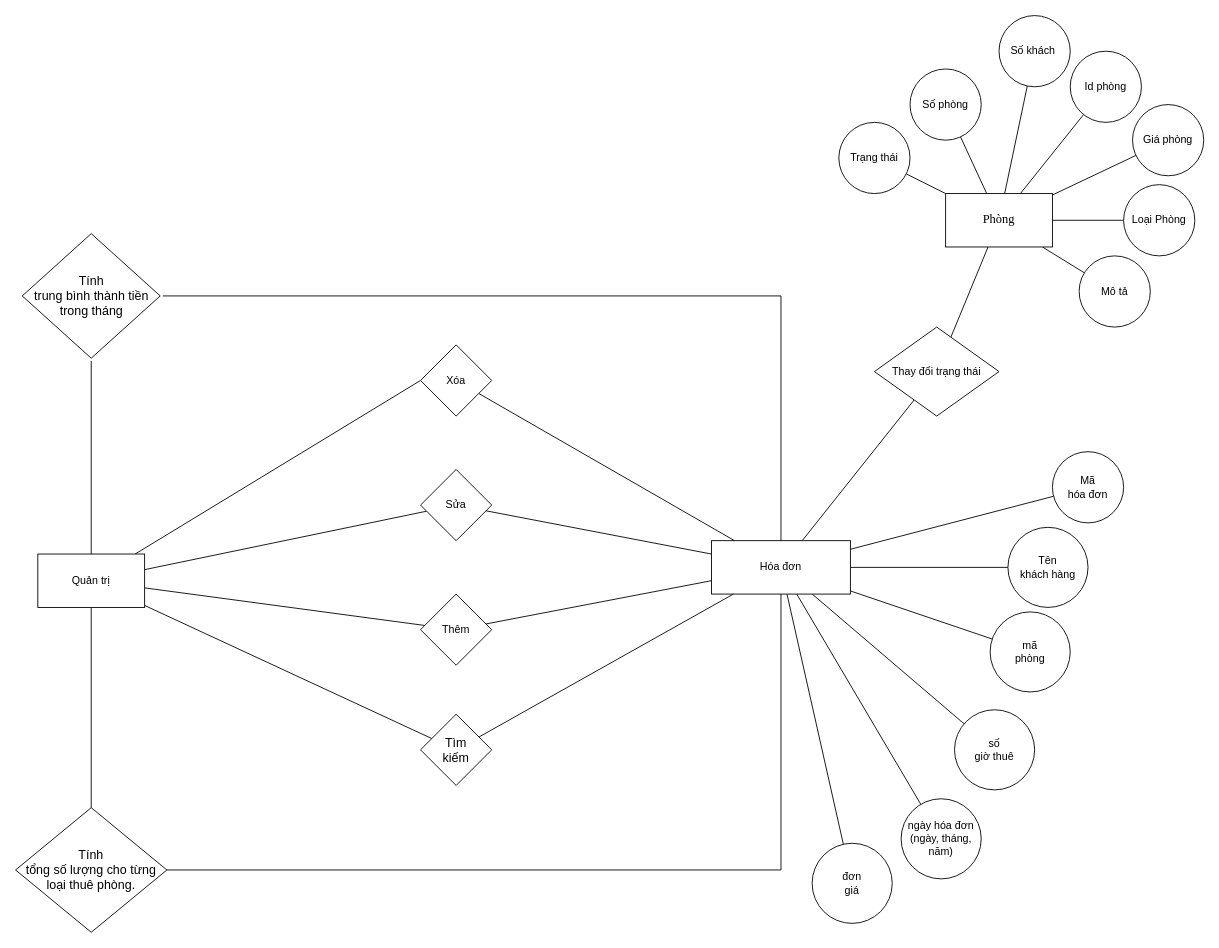
This is page "Page-1" (1 of 2) of Phan-tich-yeu-cau/erd.drawio from longvo00221/quan-ly-khach-san, a draw.io file, before an edit. Source tidied: cells renumbered, new cells numbered last; positions are measured from the earlier drawing's top-left corner, leaving out a move shared by most shapes. Both pictures are drawn from the tidied source at 89%, with x=0, y=0 at pixel (15, 15).
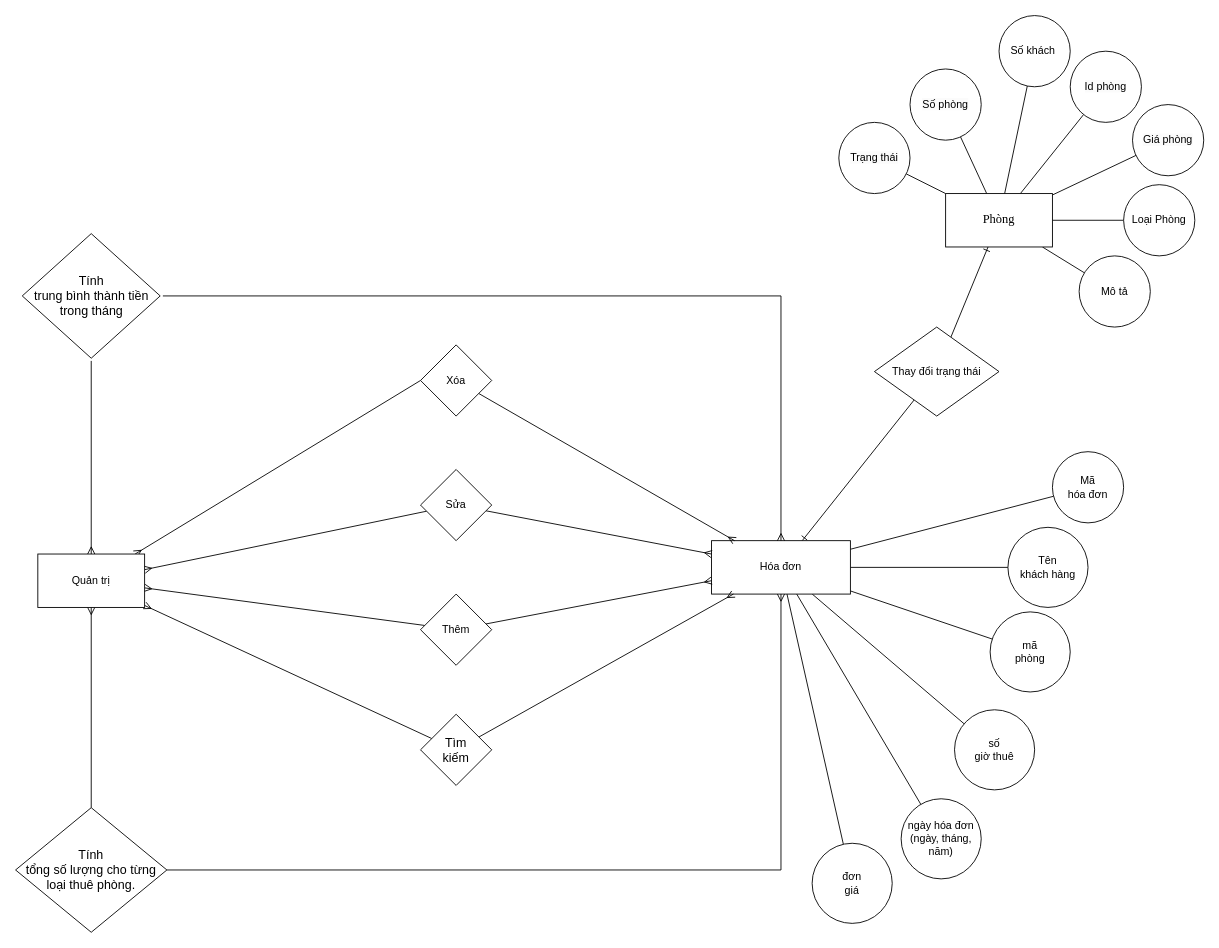
The same diagram, later.

The change refers to these unchanged cells:
```xml
<mxCell id="9" value="Hóa đơn" style="rounded=0;whiteSpace=wrap;html=1;" parent="1" vertex="1">
  <mxGeometry x="782" y="590" width="156" height="60" as="geometry" />
</mxCell>
<mxCell id="22" value="Quản trị" style="rounded=0;whiteSpace=wrap;html=1;" parent="1" vertex="1">
  <mxGeometry x="25" y="605" width="120" height="60" as="geometry" />
</mxCell>
<mxCell id="24" value="&lt;font style=&quot;font-size: 14px;&quot;&gt;Tính&lt;br&gt;tổng số lượng cho từng loại thuê phòng.&lt;/font&gt;" style="rhombus;whiteSpace=wrap;html=1;" parent="1" vertex="1">
  <mxGeometry y="890" width="170" height="140" as="geometry" />
</mxCell>
<mxCell id="26" value="Thêm" style="rhombus;whiteSpace=wrap;html=1;" parent="1" vertex="1">
  <mxGeometry x="455" y="650" width="80" height="80" as="geometry" />
</mxCell>
<mxCell id="28" value="Xóa" style="rhombus;whiteSpace=wrap;html=1;" parent="1" vertex="1">
  <mxGeometry x="455" y="370" width="80" height="80" as="geometry" />
</mxCell>
<mxCell id="30" value="Sửa" style="rhombus;whiteSpace=wrap;html=1;" parent="1" vertex="1">
  <mxGeometry x="455" y="510" width="80" height="80" as="geometry" />
</mxCell>
<mxCell id="32" value="&lt;font style=&quot;font-size: 14px;&quot;&gt;Tìm&lt;br&gt;kiếm&lt;/font&gt;" style="rhombus;whiteSpace=wrap;html=1;" parent="1" vertex="1">
  <mxGeometry x="455" y="785" width="80" height="80" as="geometry" />
</mxCell>
<mxCell id="34" value="&lt;div style=&quot;&quot;&gt;&lt;span style=&quot;font-size: 14px; background-color: initial;&quot;&gt;Tính&lt;/span&gt;&lt;/div&gt;&lt;font style=&quot;font-size: 14px;&quot;&gt;&lt;div style=&quot;&quot;&gt;&lt;span style=&quot;background-color: initial;&quot;&gt;trung bình thành tiền trong tháng&lt;/span&gt;&lt;/div&gt;&lt;/font&gt;" style="rhombus;whiteSpace=wrap;html=1;perimeterSpacing=3;align=center;" parent="1" vertex="1">
  <mxGeometry x="7.5" y="245" width="155" height="140" as="geometry" />
</mxCell>
<mxCell id="42" value="&lt;span style=&quot;font-family: &amp;quot;Times New Roman&amp;quot;, serif;&quot;&gt;&lt;font style=&quot;font-size: 14px;&quot;&gt;Phòng&lt;/font&gt;&lt;/span&gt;" style="rounded=0;whiteSpace=wrap;html=1;" parent="1" vertex="1">
  <mxGeometry x="1045" y="200" width="120" height="60" as="geometry" />
</mxCell>
<mxCell id="44" value="Thay đổi trạng thái" style="rhombus;whiteSpace=wrap;html=1;" parent="1" vertex="1">
  <mxGeometry x="965" y="350" width="140" height="100" as="geometry" />
</mxCell>
```

The edit, as a diff of the source:
```diff
@@
-    <mxCell id="2" style="edgeStyle=none;rounded=0;jettySize=auto;html=1;endArrow=none;endFill=0;" parent="1" edge="1" source="9" target="44">
+    <mxCell id="2" style="edgeStyle=none;rounded=0;jettySize=auto;html=1;endArrow=none;endFill=0;startArrow=ERone;startFill=0;" parent="1" edge="1" source="9" target="44">
       <mxGeometry relative="1" as="geometry" />
     </mxCell>
@@
-    <mxCell id="16" style="edgeStyle=none;rounded=0;jettySize=auto;html=1;entryX=0.5;entryY=1;entryDx=0;entryDy=0;endArrow=none;endFill=0;" parent="1" edge="1" source="22" target="34">
+    <mxCell id="16" style="edgeStyle=none;rounded=0;jettySize=auto;html=1;entryX=0.5;entryY=1;entryDx=0;entryDy=0;endArrow=none;endFill=0;startArrow=ERmany;startFill=0;" parent="1" edge="1" source="22" target="34">
       <mxGeometry relative="1" as="geometry" />
     </mxCell>
-    <mxCell id="17" style="edgeStyle=none;rounded=0;jettySize=auto;html=1;entryX=0.5;entryY=0;entryDx=0;entryDy=0;endArrow=none;endFill=0;" parent="1" edge="1" source="22" target="24">
+    <mxCell id="17" style="edgeStyle=none;rounded=0;jettySize=auto;html=1;entryX=0.5;entryY=0;entryDx=0;entryDy=0;endArrow=none;endFill=0;startArrow=ERmany;startFill=0;" parent="1" edge="1" source="22" target="24">
       <mxGeometry relative="1" as="geometry" />
     </mxCell>
-    <mxCell id="18" style="rounded=0;jettySize=auto;html=1;entryX=0;entryY=0.5;entryDx=0;entryDy=0;endArrow=none;endFill=0;" parent="1" edge="1" source="22" target="28">
+    <mxCell id="18" style="rounded=0;jettySize=auto;html=1;entryX=0;entryY=0.5;entryDx=0;entryDy=0;endArrow=none;endFill=0;startArrow=ERmany;startFill=0;" parent="1" edge="1" source="22" target="28">
       <mxGeometry relative="1" as="geometry" />
     </mxCell>
-    <mxCell id="19" style="edgeStyle=none;rounded=0;jettySize=auto;html=1;endArrow=none;endFill=0;" parent="1" edge="1" source="22" target="30">
+    <mxCell id="19" style="edgeStyle=none;rounded=0;jettySize=auto;html=1;endArrow=none;endFill=0;startArrow=ERmany;startFill=0;" parent="1" edge="1" source="22" target="30">
       <mxGeometry relative="1" as="geometry" />
     </mxCell>
-    <mxCell id="20" style="edgeStyle=none;rounded=0;jettySize=auto;html=1;endArrow=none;endFill=0;" parent="1" edge="1" source="22" target="26">
+    <mxCell id="20" style="edgeStyle=none;rounded=0;jettySize=auto;html=1;endArrow=none;endFill=0;startArrow=ERmany;startFill=0;" parent="1" edge="1" source="22" target="26">
       <mxGeometry relative="1" as="geometry" />
     </mxCell>
-    <mxCell id="21" style="edgeStyle=none;rounded=0;jettySize=auto;html=1;endArrow=none;endFill=0;" parent="1" edge="1" source="22" target="32">
+    <mxCell id="21" style="edgeStyle=none;rounded=0;jettySize=auto;html=1;endArrow=none;endFill=0;startArrow=ERmany;startFill=0;" parent="1" edge="1" source="22" target="32">
       <mxGeometry relative="1" as="geometry" />
     </mxCell>
@@
-    <mxCell id="23" style="edgeStyle=orthogonalEdgeStyle;rounded=0;jettySize=auto;html=1;endArrow=none;endFill=0;" parent="1" edge="1" source="24" target="9">
+    <mxCell id="23" style="edgeStyle=orthogonalEdgeStyle;rounded=0;jettySize=auto;html=1;endArrow=ERmany;endFill=0;" parent="1" edge="1" source="24" target="9">
       <mxGeometry relative="1" as="geometry" />
     </mxCell>
@@
-    <mxCell id="25" style="edgeStyle=none;rounded=0;jettySize=auto;html=1;endArrow=none;endFill=0;" parent="1" edge="1" source="26" target="9">
+    <mxCell id="25" style="edgeStyle=none;rounded=0;jettySize=auto;html=1;endArrow=ERmany;endFill=0;" parent="1" edge="1" source="26" target="9">
       <mxGeometry relative="1" as="geometry" />
     </mxCell>
@@
-    <mxCell id="27" style="edgeStyle=none;rounded=0;jettySize=auto;html=1;endArrow=none;endFill=0;" parent="1" edge="1" source="28" target="9">
+    <mxCell id="27" style="edgeStyle=none;rounded=0;jettySize=auto;html=1;endArrow=ERmany;endFill=0;" parent="1" edge="1" source="28" target="9">
       <mxGeometry relative="1" as="geometry" />
     </mxCell>
@@
-    <mxCell id="29" style="edgeStyle=none;rounded=0;jettySize=auto;html=1;endArrow=none;endFill=0;" parent="1" edge="1" source="30" target="9">
+    <mxCell id="29" style="edgeStyle=none;rounded=0;jettySize=auto;html=1;endArrow=ERmany;endFill=0;" parent="1" edge="1" source="30" target="9">
       <mxGeometry relative="1" as="geometry" />
     </mxCell>
@@
-    <mxCell id="31" style="edgeStyle=none;rounded=0;jettySize=auto;html=1;endArrow=none;endFill=0;" parent="1" edge="1" source="32" target="9">
+    <mxCell id="31" style="edgeStyle=none;rounded=0;jettySize=auto;html=1;endArrow=ERmany;endFill=0;" parent="1" edge="1" source="32" target="9">
       <mxGeometry relative="1" as="geometry" />
     </mxCell>
@@
-    <mxCell id="33" style="edgeStyle=orthogonalEdgeStyle;rounded=0;jettySize=auto;html=1;entryX=0.5;entryY=0;entryDx=0;entryDy=0;endArrow=none;endFill=0;" parent="1" edge="1" source="34" target="9">
+    <mxCell id="33" style="edgeStyle=orthogonalEdgeStyle;rounded=0;jettySize=auto;html=1;entryX=0.5;entryY=0;entryDx=0;entryDy=0;endArrow=ERmany;endFill=0;" parent="1" edge="1" source="34" target="9">
       <mxGeometry relative="1" as="geometry" />
     </mxCell>
@@
-    <mxCell id="43" style="rounded=0;jettySize=auto;html=1;endArrow=none;endFill=0;" parent="1" edge="1" source="44" target="42">
+    <mxCell id="43" style="rounded=0;jettySize=auto;html=1;endArrow=none;endFill=0;startArrow=ERone;startFill=0;" parent="1" edge="1" source="42" target="44">
       <mxGeometry relative="1" as="geometry" />
     </mxCell>
```
